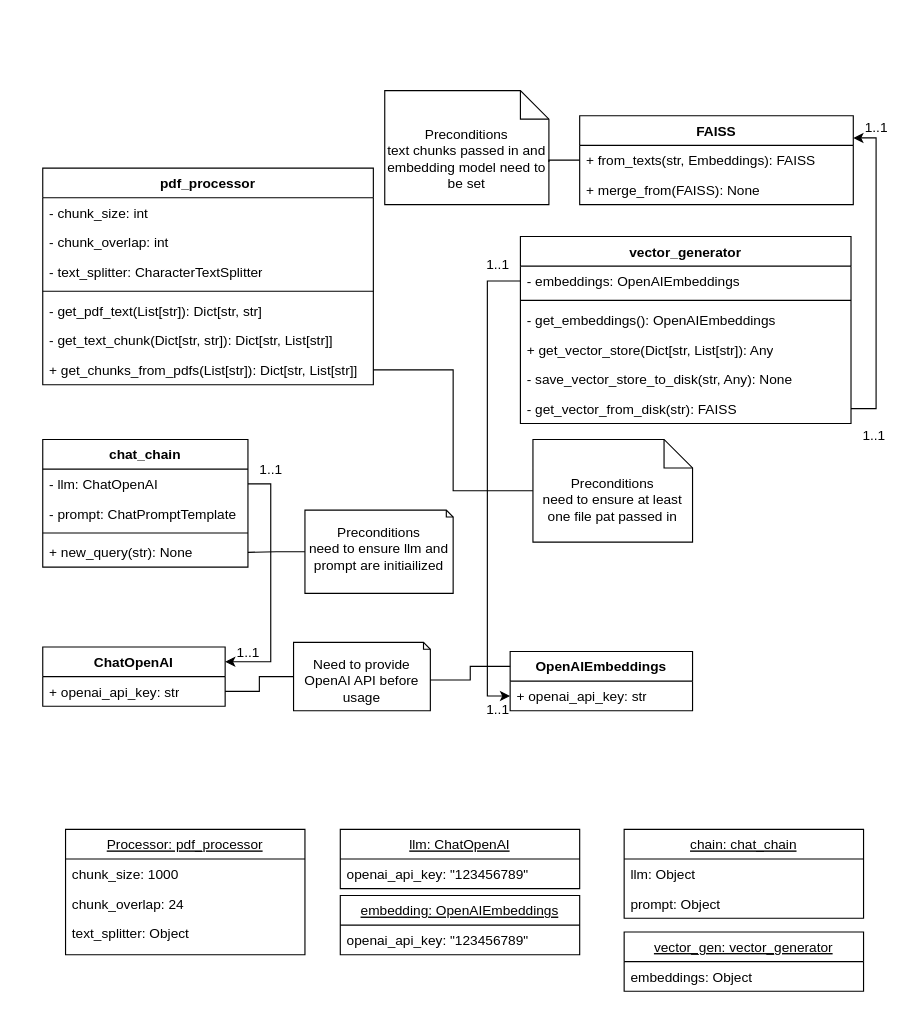
Before: artifacts/ClassDiagrams.drawio in CabdulCiise/CIS641-Project, a draw.io diagram. Source tidied: cells renumbered, new cells numbered last; positions are measured from the earlier drawing's top-left corner, leaving out a move shared by most shapes. Both pictures are drawn from the tidied source at 114%, with x=0, y=0 at pixel (42, 90).
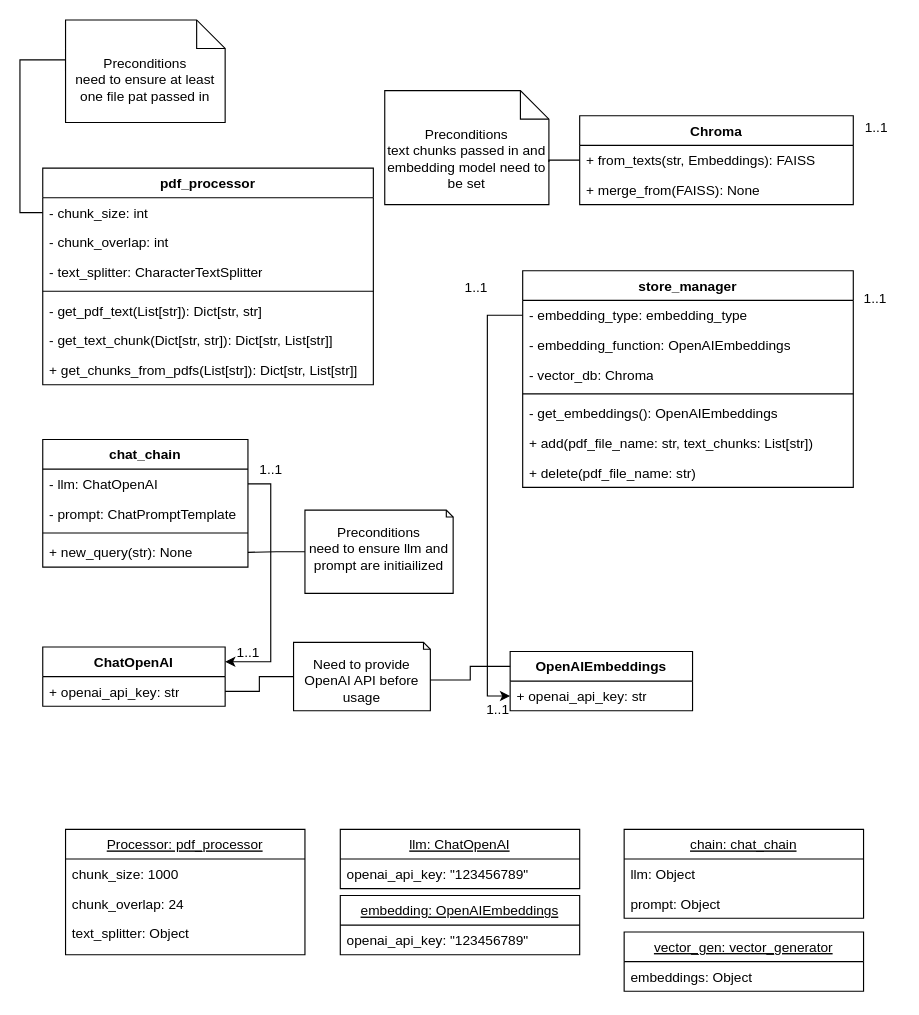
The same diagram, later.

Unchanged cells that the change refers to:
```xml
<mxCell id="14" value="- chunk_size: int" style="text;strokeColor=none;fillColor=none;align=left;verticalAlign=top;spacingLeft=4;spacingRight=4;overflow=hidden;points=[[0,0.5],[1,0.5]];portConstraint=eastwest;whiteSpace=wrap;html=1;" parent="13" vertex="1">
  <mxGeometry y="26" width="290" height="26" as="geometry" />
</mxCell>
<mxCell id="20" value="+ get_chunks_from_pdfs(List[str]): Dict[str, List[str]]" style="text;strokeColor=none;fillColor=none;align=left;verticalAlign=top;spacingLeft=4;spacingRight=4;overflow=hidden;points=[[0,0.5],[1,0.5]];portConstraint=eastwest;whiteSpace=wrap;html=1;" parent="13" vertex="1">
  <mxGeometry y="164" width="290" height="26" as="geometry" />
</mxCell>
```

What changed in the source:
```diff
@@
-    <mxCell id="6" value="vector_generator" style="swimlane;fontStyle=1;align=center;verticalAlign=top;horizontal=1;startSize=26;whiteSpace=wrap;html=1;" parent="1" vertex="1">
-      <mxGeometry x="419" y="128" width="290" height="164" as="geometry" />
+    <mxCell id="6" value="store_manager" style="swimlane;fontStyle=1;align=center;verticalAlign=top;horizontal=1;startSize=26;whiteSpace=wrap;html=1;" parent="1" vertex="1">
+      <mxGeometry x="421" y="158" width="290" height="190" as="geometry" />
     </mxCell>
-    <mxCell id="7" value="- embeddings: OpenAIEmbeddings" style="text;strokeColor=none;fillColor=none;align=left;verticalAlign=top;spacingLeft=4;spacingRight=4;overflow=hidden;points=[[0,0.5],[1,0.5]];portConstraint=eastwest;whiteSpace=wrap;html=1;" parent="6" vertex="1">
+    <mxCell id="7" value="- embedding_type: embedding_type" style="text;strokeColor=none;fillColor=none;align=left;verticalAlign=top;spacingLeft=4;spacingRight=4;overflow=hidden;points=[[0,0.5],[1,0.5]];portConstraint=eastwest;whiteSpace=wrap;html=1;" parent="6" vertex="1">
       <mxGeometry y="26" width="290" height="26" as="geometry" />
     </mxCell>
+    <mxCell id="60" value="- embedding_function: OpenAIEmbeddings" style="text;strokeColor=none;fillColor=none;align=left;verticalAlign=top;spacingLeft=4;spacingRight=4;overflow=hidden;whiteSpace=wrap;html=1;" parent="6" vertex="1">
+      <mxGeometry y="52" width="290" height="26" as="geometry" />
+    </mxCell>
+    <mxCell id="61" value="- vector_db: Chroma" style="text;strokeColor=none;fillColor=none;align=left;verticalAlign=top;spacingLeft=4;spacingRight=4;overflow=hidden;whiteSpace=wrap;html=1;" parent="6" vertex="1">
+      <mxGeometry y="78" width="290" height="26" as="geometry" />
+    </mxCell>
     <mxCell id="8" style="line;strokeWidth=1;fillColor=none;align=left;verticalAlign=middle;spacingTop=-1;spacingLeft=3;spacingRight=3;labelPosition=right;strokeColor=inherit;" parent="6" vertex="1">
-      <mxGeometry y="52" width="290" height="8" as="geometry" />
+      <mxGeometry y="104" width="290" height="8" as="geometry" />
     </mxCell>
     <mxCell id="9" value="- get_embeddings(): OpenAIEmbeddings" style="text;strokeColor=none;fillColor=none;align=left;verticalAlign=top;spacingLeft=4;spacingRight=4;overflow=hidden;whiteSpace=wrap;html=1;" parent="6" vertex="1">
-      <mxGeometry y="60" width="290" height="26" as="geometry" />
+      <mxGeometry y="112" width="290" height="26" as="geometry" />
     </mxCell>
-    <mxCell id="10" value="+ get_vector_store(Dict[str, List[str]): Any" style="text;strokeColor=none;fillColor=none;align=left;verticalAlign=top;spacingLeft=4;spacingRight=4;overflow=hidden;whiteSpace=wrap;html=1;" parent="6" vertex="1">
-      <mxGeometry y="86" width="290" height="26" as="geometry" />
+    <mxCell id="10" value="+ add(pdf_file_name: str, text_chunks: List[str])" style="text;strokeColor=none;fillColor=none;align=left;verticalAlign=top;spacingLeft=4;spacingRight=4;overflow=hidden;whiteSpace=wrap;html=1;" parent="6" vertex="1">
+      <mxGeometry y="138" width="290" height="26" as="geometry" />
     </mxCell>
-    <mxCell id="11" value="- save_vector_store_to_disk(str, Any): None" style="text;strokeColor=none;fillColor=none;align=left;verticalAlign=top;spacingLeft=4;spacingRight=4;overflow=hidden;whiteSpace=wrap;html=1;" parent="6" vertex="1">
-      <mxGeometry y="112" width="290" height="26" as="geometry" />
+    <mxCell id="11" value="+ delete(pdf_file_name: str)" style="text;strokeColor=none;fillColor=none;align=left;verticalAlign=top;spacingLeft=4;spacingRight=4;overflow=hidden;whiteSpace=wrap;html=1;" parent="6" vertex="1">
+      <mxGeometry y="164" width="290" height="26" as="geometry" />
     </mxCell>
-    <mxCell id="12" value="- get_vector_from_disk(str): FAISS" style="text;strokeColor=none;fillColor=none;align=left;verticalAlign=top;spacingLeft=4;spacingRight=4;overflow=hidden;points=[[0,0.5],[1,0.5]];portConstraint=eastwest;whiteSpace=wrap;html=1;" parent="6" vertex="1">
-      <mxGeometry y="138" width="290" height="26" as="geometry" />
-    </mxCell>
@@
-    <mxCell id="23" value="FAISS" style="swimlane;fontStyle=1;align=center;verticalAlign=top;horizontal=1;startSize=26;whiteSpace=wrap;html=1;" parent="1" vertex="1">
+    <mxCell id="23" value="Chroma" style="swimlane;fontStyle=1;align=center;verticalAlign=top;horizontal=1;startSize=26;whiteSpace=wrap;html=1;" parent="1" vertex="1">
       <mxGeometry x="471" y="22" width="240" height="78" as="geometry" />
     </mxCell>
@@
-    <mxCell id="40" style="edgeStyle=orthogonalEdgeStyle;rounded=0;jettySize=auto;html=1;exitX=1;exitY=0.5;exitDx=0;exitDy=0;entryX=1;entryY=0.25;entryDx=0;entryDy=0;" parent="1" edge="1" source="12" target="23">
-      <mxGeometry relative="1" as="geometry" />
-    </mxCell>
-    <mxCell id="41" style="edgeStyle=orthogonalEdgeStyle;rounded=0;jettySize=auto;html=1;exitX=0;exitY=0.5;exitDx=0;exitDy=0;exitPerimeter=0;entryX=1;entryY=0.5;entryDx=0;entryDy=0;endArrow=none;endFill=0;" parent="1" edge="1" source="42" target="20">
-      <mxGeometry relative="1" as="geometry" />
+    <mxCell id="41" style="edgeStyle=orthogonalEdgeStyle;rounded=0;jettySize=auto;html=1;exitX=0;exitY=0.5;exitDx=0;exitDy=0;exitPerimeter=0;entryX=0;entryY=0.5;entryDx=0;entryDy=0;endArrow=none;endFill=0;" parent="1" edge="1" source="42" target="14">
+      <mxGeometry relative="1" as="geometry">
+        <Array as="points">
+          <mxPoint x="-20" y="-27" />
+          <mxPoint x="-20" y="107" />
+        </Array>
+      </mxGeometry>
     </mxCell>
     <mxCell id="42" value="Preconditions&lt;br&gt;need to ensure at least one file pat passed in" style="shape=note2;boundedLbl=1;whiteSpace=wrap;html=1;size=25;verticalAlign=top;align=center;" parent="1" vertex="1">
-      <mxGeometry x="430" y="306" width="140" height="90" as="geometry" />
+      <mxGeometry x="20" y="-62" width="140" height="90" as="geometry" />
     </mxCell>
@@
     <mxCell id="48" value="1..1" style="text;html=1;align=center;verticalAlign=middle;strokeColor=none;fillColor=none;" parent="1" vertex="1">
-      <mxGeometry x="379" y="138" width="40" height="30" as="geometry" />
+      <mxGeometry x="360" y="158" width="40" height="30" as="geometry" />
     </mxCell>
@@
     <mxCell id="50" value="1..1" style="text;html=1;align=center;verticalAlign=middle;strokeColor=none;fillColor=none;" parent="1" vertex="1">
-      <mxGeometry x="709" y="288" width="40" height="30" as="geometry" />
+      <mxGeometry x="710" y="168" width="40" height="30" as="geometry" />
     </mxCell>
```
